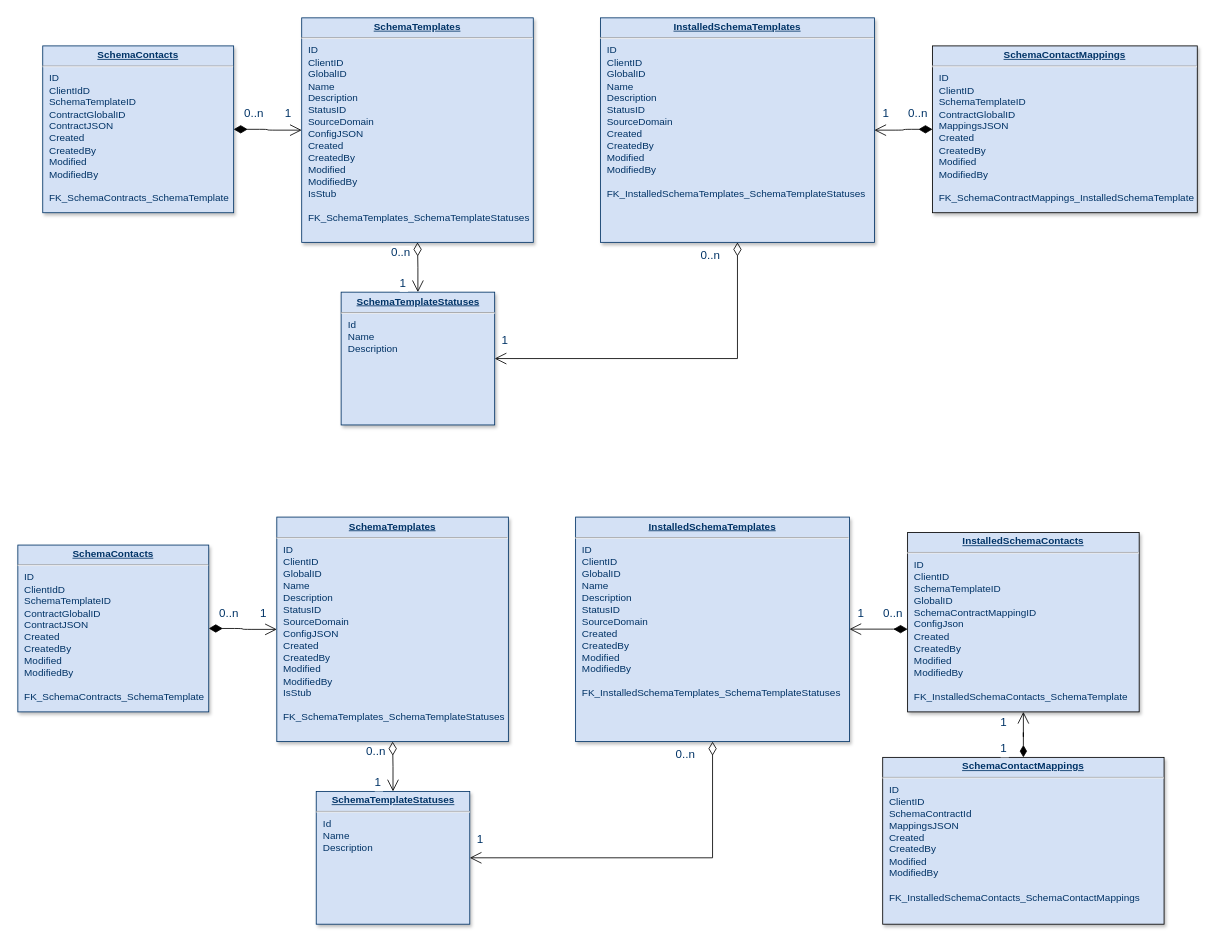
The draw.io diagram SchemaContractsDB.drawio in AlVasilyeu/Draw.io, before the edit. Source tidied: cells renumbered, new cells numbered last; positions are measured from the earlier drawing's top-left corner, leaving out a move shared by most shapes. Both pictures are drawn from the tidied source at 83%, with x=0, y=0 at pixel (17, 17).
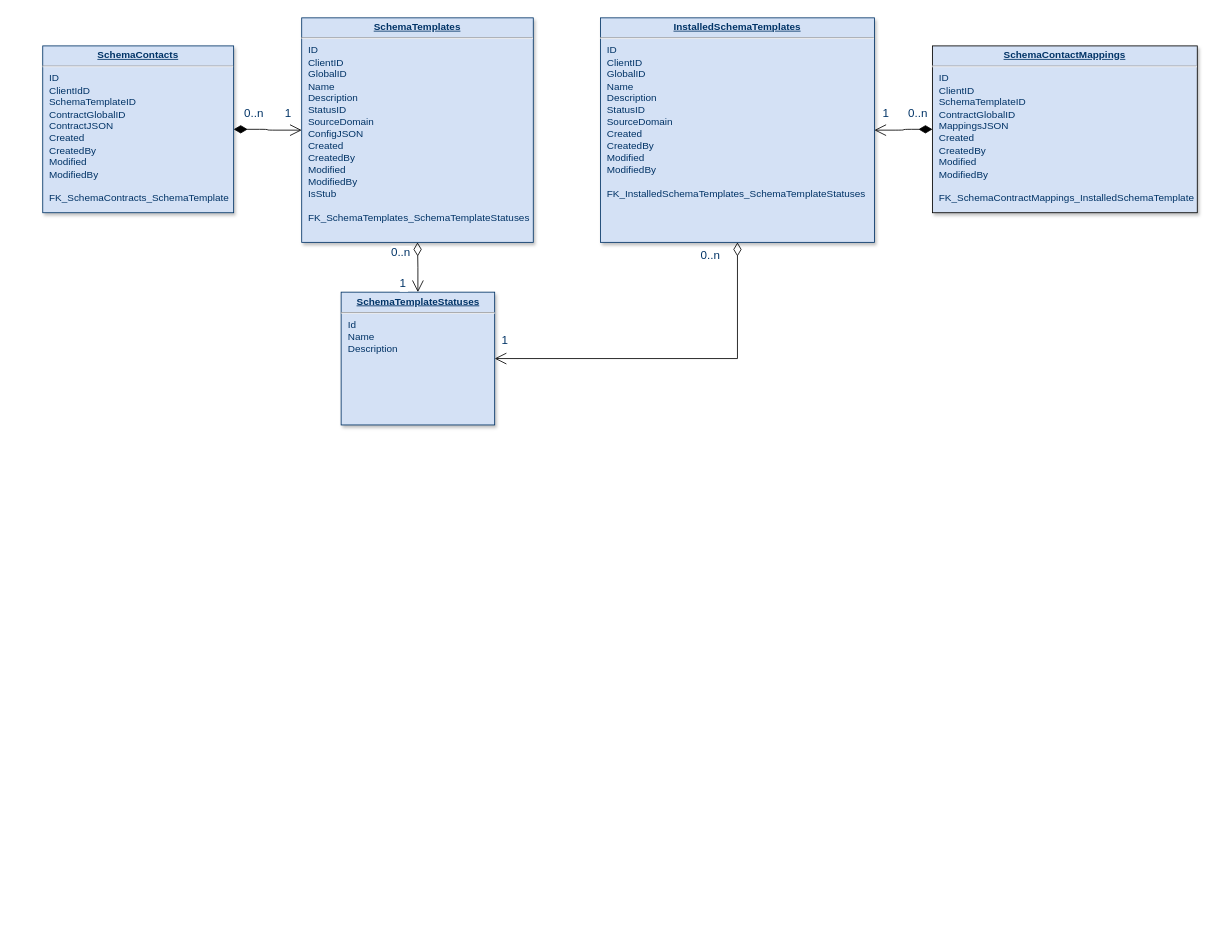
Above is the later version.

Change to the diagram source:
```diff
@@
-    <mxCell id="19" style="edgeStyle=orthogonalEdgeStyle;rounded=1;jettySize=auto;html=1;curved=0;startArrow=diamondThin;startFill=1;startSize=14;endSize=12;endArrow=open;endFill=0;" parent="1" edge="1" source="20" target="21">
-      <mxGeometry relative="1" as="geometry" />
-    </mxCell>
-    <mxCell id="20" value="&lt;p style=&quot;margin: 0px; margin-top: 4px; text-align: center; text-decoration: underline;&quot;&gt;&lt;strong&gt;SchemaContacts&lt;/strong&gt;&lt;/p&gt;&lt;hr&gt;&lt;p style=&quot;margin: 0px; margin-left: 8px;&quot;&gt;ID&lt;/p&gt;&lt;p style=&quot;margin: 0px; margin-left: 8px;&quot;&gt;&lt;span style=&quot;background-color: transparent; color: light-dark(rgb(0, 51, 102), rgb(161, 205, 249));&quot;&gt;ClientIdD&lt;/span&gt;&lt;/p&gt;&lt;p style=&quot;margin: 0px; margin-left: 8px;&quot;&gt;&lt;span style=&quot;background-color: transparent; color: light-dark(rgb(0, 51, 102), rgb(161, 205, 249));&quot;&gt;SchemaTemplateID&lt;/span&gt;&lt;/p&gt;&lt;p style=&quot;margin: 0px; margin-left: 8px;&quot;&gt;ContractGlobalID&lt;/p&gt;&lt;p style=&quot;margin: 0px; margin-left: 8px;&quot;&gt;ContractJSON&lt;/p&gt;&lt;p style=&quot;margin: 0px; margin-left: 8px;&quot;&gt;Created&lt;/p&gt;&lt;p style=&quot;margin: 0px; margin-left: 8px;&quot;&gt;CreatedBy&lt;/p&gt;&lt;p style=&quot;margin: 0px; margin-left: 8px;&quot;&gt;Modified&lt;/p&gt;&lt;p style=&quot;margin: 0px; margin-left: 8px;&quot;&gt;ModifiedBy&lt;/p&gt;&lt;p style=&quot;margin: 0px; margin-left: 8px;&quot;&gt;&lt;br&gt;&lt;/p&gt;&lt;p style=&quot;margin: 0px; margin-left: 8px;&quot;&gt;FK_SchemaContracts_SchemaTemplate&lt;/p&gt;" style="verticalAlign=top;align=left;overflow=fill;fontSize=12;fontFamily=Helvetica;html=1;strokeColor=#003366;shadow=1;fillColor=#D4E1F5;fontColor=#003366;" parent="1" vertex="1">
-      <mxGeometry y="635.2" width="230" height="201" as="geometry" />
-    </mxCell>
-    <mxCell id="21" value="&lt;p style=&quot;margin: 0px; margin-top: 4px; text-align: center; text-decoration: underline;&quot;&gt;&lt;strong&gt;SchemaTemplates&lt;/strong&gt;&lt;/p&gt;&lt;hr&gt;&lt;p style=&quot;margin: 0px; margin-left: 8px;&quot;&gt;ID&lt;/p&gt;&lt;p style=&quot;margin: 0px; margin-left: 8px;&quot;&gt;&lt;span style=&quot;background-color: transparent; color: light-dark(rgb(0, 51, 102), rgb(161, 205, 249));&quot;&gt;ClientID&lt;/span&gt;&lt;/p&gt;&lt;p style=&quot;margin: 0px; margin-left: 8px;&quot;&gt;&lt;span style=&quot;background-color: transparent;&quot;&gt;GlobalID&lt;/span&gt;&lt;/p&gt;&lt;p style=&quot;margin: 0px; margin-left: 8px;&quot;&gt;Name&lt;/p&gt;&lt;p style=&quot;margin: 0px; margin-left: 8px;&quot;&gt;Description&lt;/p&gt;&lt;p style=&quot;margin: 0px; margin-left: 8px;&quot;&gt;StatusID&lt;/p&gt;&lt;p style=&quot;margin: 0px; margin-left: 8px;&quot;&gt;SourceDomain&lt;/p&gt;&lt;p style=&quot;margin: 0px; margin-left: 8px;&quot;&gt;ConfigJSON&lt;/p&gt;&lt;p style=&quot;margin: 0px; margin-left: 8px;&quot;&gt;Created&lt;/p&gt;&lt;p style=&quot;margin: 0px; margin-left: 8px;&quot;&gt;CreatedBy&lt;/p&gt;&lt;p style=&quot;margin: 0px; margin-left: 8px;&quot;&gt;Modified&lt;/p&gt;&lt;p style=&quot;margin: 0px; margin-left: 8px;&quot;&gt;ModifiedBy&lt;/p&gt;&lt;p style=&quot;margin: 0px; margin-left: 8px;&quot;&gt;IsStub&lt;/p&gt;&lt;p style=&quot;margin: 0px; margin-left: 8px;&quot;&gt;&lt;br&gt;&lt;/p&gt;&lt;p style=&quot;margin: 0px; margin-left: 8px;&quot;&gt;FK_SchemaTemplates_SchemaTemplateStatuses&lt;/p&gt;" style="verticalAlign=top;align=left;overflow=fill;fontSize=12;fontFamily=Helvetica;html=1;strokeColor=#003366;shadow=1;fillColor=#D4E1F5;fontColor=#003366;glass=0;rounded=0;" parent="1" vertex="1">
-      <mxGeometry x="312" y="601.5" width="279" height="270.5" as="geometry" />
-    </mxCell>
-    <mxCell id="22" value="0..n" style="align=left;verticalAlign=top;labelBackgroundColor=#ffffff;fontSize=14;strokeColor=#003366;shadow=1;fillColor=#D4E1F5;fontColor=#003366;" parent="1" vertex="1">
-      <mxGeometry x="241" y="702" as="geometry" />
-    </mxCell>
-    <mxCell id="23" value="1" style="align=right;verticalAlign=top;labelBackgroundColor=#ffffff;fontSize=14;strokeColor=#003366;shadow=1;fillColor=#D4E1F5;fontColor=#003366;" parent="1" vertex="1">
-      <mxGeometry x="301" y="702" as="geometry" />
-    </mxCell>
-    <mxCell id="24" style="edgeStyle=orthogonalEdgeStyle;rounded=0;jettySize=auto;html=1;endArrow=diamondThin;endFill=0;startArrow=open;startFill=0;endSize=14;startSize=12;" parent="1" edge="1" source="25" target="21">
-      <mxGeometry relative="1" as="geometry" />
-    </mxCell>
-    <mxCell id="25" value="&lt;p style=&quot;margin: 4px 0px 0px; text-align: center;&quot;&gt;&lt;b&gt;&lt;u&gt;SchemaTemplateStatuses&lt;/u&gt;&lt;/b&gt;&lt;/p&gt;&lt;hr&gt;&lt;p style=&quot;margin: 0px; margin-left: 8px;&quot;&gt;Id&lt;/p&gt;&lt;p style=&quot;margin: 0px 0px 0px 8px;&quot;&gt;Name&lt;/p&gt;&lt;p style=&quot;margin: 0px 0px 0px 8px;&quot;&gt;Description&lt;/p&gt;" style="verticalAlign=top;align=left;overflow=fill;fontSize=12;fontFamily=Helvetica;html=1;strokeColor=#003366;shadow=1;fillColor=#D4E1F5;fontColor=#003366;" parent="1" vertex="1">
-      <mxGeometry x="359.5" y="932" width="185" height="160" as="geometry" />
-    </mxCell>
-    <mxCell id="26" value="0..n" style="align=left;verticalAlign=top;labelBackgroundColor=#ffffff;fontSize=14;strokeColor=#003366;shadow=1;fillColor=#D4E1F5;fontColor=#003366;" parent="1" vertex="1">
-      <mxGeometry x="418" y="869" as="geometry" />
-    </mxCell>
-    <mxCell id="27" value="1" style="align=right;verticalAlign=top;labelBackgroundColor=#ffffff;fontSize=14;strokeColor=#003366;shadow=1;fillColor=#D4E1F5;fontColor=#003366;" parent="1" vertex="1">
-      <mxGeometry x="439" y="906" as="geometry" />
-    </mxCell>
-    <mxCell id="28" style="edgeStyle=orthogonalEdgeStyle;rounded=1;jettySize=auto;html=1;curved=0;startArrow=diamondThin;startFill=1;startSize=14;endSize=12;endArrow=open;endFill=0;" parent="1" edge="1" source="29" target="30">
-      <mxGeometry relative="1" as="geometry">
-        <Array as="points">
-          <mxPoint x="1061" y="736.5" />
-          <mxPoint x="1061" y="736.5" />
-        </Array>
-      </mxGeometry>
-    </mxCell>
-    <mxCell id="29" value="&lt;p style=&quot;margin: 0px; margin-top: 4px; text-align: center; text-decoration: underline;&quot;&gt;&lt;strong&gt;InstalledSchemaContacts&lt;/strong&gt;&lt;/p&gt;&lt;hr&gt;&lt;p style=&quot;margin: 0px; margin-left: 8px;&quot;&gt;ID&lt;/p&gt;&lt;p style=&quot;margin: 0px; margin-left: 8px;&quot;&gt;&lt;span style=&quot;background-color: transparent; color: light-dark(rgb(0, 51, 102), rgb(161, 205, 249));&quot;&gt;ClientID&lt;/span&gt;&lt;/p&gt;&lt;p style=&quot;margin: 0px; margin-left: 8px;&quot;&gt;SchemaTemplateID&lt;/p&gt;&lt;p style=&quot;margin: 0px; margin-left: 8px;&quot;&gt;GlobalID&lt;/p&gt;&lt;p style=&quot;margin: 0px; margin-left: 8px;&quot;&gt;SchemaContractMappingID&lt;/p&gt;&lt;p style=&quot;margin: 0px; margin-left: 8px;&quot;&gt;ConfigJson&lt;/p&gt;&lt;p style=&quot;margin: 0px; margin-left: 8px;&quot;&gt;Created&lt;/p&gt;&lt;p style=&quot;margin: 0px; margin-left: 8px;&quot;&gt;CreatedBy&lt;/p&gt;&lt;p style=&quot;margin: 0px; margin-left: 8px;&quot;&gt;Modified&lt;/p&gt;&lt;p style=&quot;margin: 0px; margin-left: 8px;&quot;&gt;ModifiedBy&lt;/p&gt;&lt;p style=&quot;margin: 0px; margin-left: 8px;&quot;&gt;&lt;br&gt;&lt;/p&gt;&lt;p style=&quot;margin: 0px; margin-left: 8px;&quot;&gt;FK_&lt;span style=&quot;text-align: center;&quot;&gt;InstalledSchemaContacts&lt;/span&gt;_SchemaTemplate&lt;/p&gt;" style="verticalAlign=top;align=left;overflow=fill;fontSize=12;fontFamily=Helvetica;html=1;strokeColor=default;shadow=1;fillColor=#D4E1F5;fontColor=#003366;" parent="1" vertex="1">
-      <mxGeometry x="1072" y="620" width="279" height="216.2" as="geometry" />
-    </mxCell>
-    <mxCell id="30" value="&lt;p style=&quot;margin: 0px; margin-top: 4px; text-align: center; text-decoration: underline;&quot;&gt;&lt;strong&gt;InstalledSchemaTemplates&lt;/strong&gt;&lt;/p&gt;&lt;hr&gt;&lt;p style=&quot;margin: 0px; margin-left: 8px;&quot;&gt;ID&lt;/p&gt;&lt;p style=&quot;margin: 0px; margin-left: 8px;&quot;&gt;&lt;span style=&quot;background-color: transparent; color: light-dark(rgb(0, 51, 102), rgb(161, 205, 249));&quot;&gt;ClientID&lt;/span&gt;&lt;/p&gt;&lt;p style=&quot;margin: 0px; margin-left: 8px;&quot;&gt;&lt;span style=&quot;background-color: transparent;&quot;&gt;GlobalID&lt;/span&gt;&lt;/p&gt;&lt;p style=&quot;margin: 0px; margin-left: 8px;&quot;&gt;Name&lt;/p&gt;&lt;p style=&quot;margin: 0px; margin-left: 8px;&quot;&gt;Description&lt;/p&gt;&lt;p style=&quot;margin: 0px; margin-left: 8px;&quot;&gt;StatusID&lt;/p&gt;&lt;p style=&quot;margin: 0px; margin-left: 8px;&quot;&gt;SourceDomain&lt;/p&gt;&lt;p style=&quot;margin: 0px; margin-left: 8px;&quot;&gt;Created&lt;/p&gt;&lt;p style=&quot;margin: 0px; margin-left: 8px;&quot;&gt;CreatedBy&lt;/p&gt;&lt;p style=&quot;margin: 0px; margin-left: 8px;&quot;&gt;Modified&lt;/p&gt;&lt;p style=&quot;margin: 0px; margin-left: 8px;&quot;&gt;ModifiedBy&lt;/p&gt;&lt;p style=&quot;margin: 0px; margin-left: 8px;&quot;&gt;&lt;br&gt;&lt;/p&gt;&lt;p style=&quot;margin: 0px; margin-left: 8px;&quot;&gt;FK_InstalledSchemaTemplates_SchemaTemplateStatuses&lt;/p&gt;" style="verticalAlign=top;align=left;overflow=fill;fontSize=12;fontFamily=Helvetica;html=1;strokeColor=#003366;shadow=1;fillColor=#D4E1F5;fontColor=#003366;glass=0;rounded=0;" parent="1" vertex="1">
-      <mxGeometry x="672" y="601.5" width="330" height="270.5" as="geometry" />
-    </mxCell>
-    <mxCell id="31" value="0..n" style="align=left;verticalAlign=top;labelBackgroundColor=#ffffff;fontSize=14;strokeColor=#003366;shadow=1;fillColor=#D4E1F5;fontColor=#003366;" parent="1" vertex="1">
-      <mxGeometry x="1041" y="702" as="geometry" />
-    </mxCell>
-    <mxCell id="32" value="1" style="align=right;verticalAlign=top;labelBackgroundColor=#ffffff;fontSize=14;strokeColor=#003366;shadow=1;fillColor=#D4E1F5;fontColor=#003366;" parent="1" vertex="1">
-      <mxGeometry x="1021" y="702" as="geometry" />
-    </mxCell>
-    <mxCell id="33" style="edgeStyle=orthogonalEdgeStyle;rounded=0;jettySize=auto;html=1;endArrow=diamondThin;endFill=0;startArrow=open;startFill=0;endSize=14;startSize=12;exitX=1;exitY=0.5;exitDx=0;exitDy=0;" parent="1" edge="1" source="25" target="30">
-      <mxGeometry relative="1" as="geometry" />
-    </mxCell>
-    <mxCell id="34" value="0..n" style="align=left;verticalAlign=top;labelBackgroundColor=#ffffff;fontSize=14;strokeColor=#003366;shadow=1;fillColor=#D4E1F5;fontColor=#003366;" parent="1" vertex="1">
-      <mxGeometry x="791" y="872" as="geometry" />
-    </mxCell>
-    <mxCell id="35" value="1" style="align=right;verticalAlign=top;labelBackgroundColor=#ffffff;fontSize=14;strokeColor=#003366;shadow=1;fillColor=#D4E1F5;fontColor=#003366;" parent="1" vertex="1">
-      <mxGeometry x="562.1" y="975" as="geometry" />
-    </mxCell>
-    <mxCell id="36" style="edgeStyle=orthogonalEdgeStyle;rounded=0;jettySize=auto;html=1;endArrow=open;endFill=0;endSize=12;startSize=12;startArrow=diamondThin;startFill=1;" parent="1" edge="1" source="37" target="29">
-      <mxGeometry relative="1" as="geometry" />
-    </mxCell>
-    <mxCell id="37" value="&lt;p style=&quot;margin: 0px; margin-top: 4px; text-align: center; text-decoration: underline;&quot;&gt;&lt;strong&gt;SchemaContactMappings&lt;/strong&gt;&lt;/p&gt;&lt;hr&gt;&lt;p style=&quot;margin: 0px; margin-left: 8px;&quot;&gt;ID&lt;/p&gt;&lt;p style=&quot;margin: 0px; margin-left: 8px;&quot;&gt;&lt;span style=&quot;background-color: transparent; color: light-dark(rgb(0, 51, 102), rgb(161, 205, 249));&quot;&gt;ClientID&lt;/span&gt;&lt;/p&gt;&lt;p style=&quot;margin: 0px; margin-left: 8px;&quot;&gt;SchemaContractId&lt;/p&gt;&lt;p style=&quot;margin: 0px; margin-left: 8px;&quot;&gt;MappingsJSON&lt;/p&gt;&lt;p style=&quot;margin: 0px; margin-left: 8px;&quot;&gt;Created&lt;/p&gt;&lt;p style=&quot;margin: 0px; margin-left: 8px;&quot;&gt;CreatedBy&lt;/p&gt;&lt;p style=&quot;margin: 0px; margin-left: 8px;&quot;&gt;Modified&lt;/p&gt;&lt;p style=&quot;margin: 0px; margin-left: 8px;&quot;&gt;ModifiedBy&lt;/p&gt;&lt;p style=&quot;margin: 0px; margin-left: 8px;&quot;&gt;&lt;br&gt;&lt;/p&gt;&lt;p style=&quot;margin: 0px; margin-left: 8px;&quot;&gt;FK_&lt;span style=&quot;text-align: center;&quot;&gt;InstalledSchemaContacts&lt;/span&gt;_&lt;span style=&quot;background-color: transparent; color: light-dark(rgb(0, 51, 102), rgb(161, 205, 249)); text-align: center;&quot;&gt;SchemaContactMappings&lt;br&gt;&lt;/span&gt;&lt;/p&gt;" style="verticalAlign=top;align=left;overflow=fill;fontSize=12;fontFamily=Helvetica;html=1;strokeColor=default;shadow=1;fillColor=#D4E1F5;fontColor=#003366;" parent="1" vertex="1">
-      <mxGeometry x="1042" y="891" width="339" height="201" as="geometry" />
-    </mxCell>
-    <mxCell id="38" value="1" style="align=right;verticalAlign=top;labelBackgroundColor=#ffffff;fontSize=14;strokeColor=#003366;shadow=1;fillColor=#D4E1F5;fontColor=#003366;" parent="1" vertex="1">
-      <mxGeometry x="1193" y="834.2" as="geometry" />
-    </mxCell>
-    <mxCell id="39" value="1" style="align=right;verticalAlign=top;labelBackgroundColor=#ffffff;fontSize=14;strokeColor=#003366;shadow=1;fillColor=#D4E1F5;fontColor=#003366;" parent="1" vertex="1">
-      <mxGeometry x="1193" y="865.5" as="geometry" />
-    </mxCell>
```
